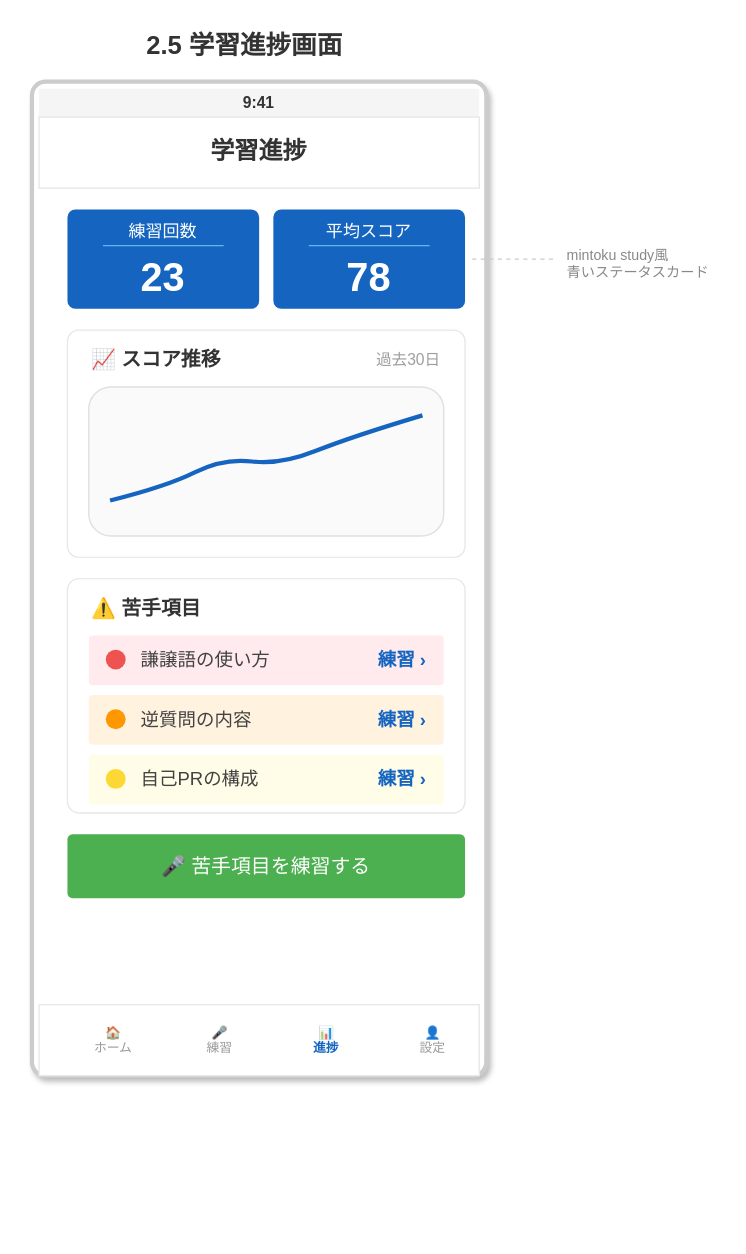
This is docs/images/画面設計書_2.5_学習進捗.drawio from yoshidasendai115/ai-interview, a draw.io file, before an edit. Source tidied: cells renumbered, new cells numbered last; positions are measured from the earlier drawing's top-left corner, leaving out a move shared by most shapes. Both pictures are drawn from the tidied source at 142%, with x=0, y=0 at pixel (31, 24).
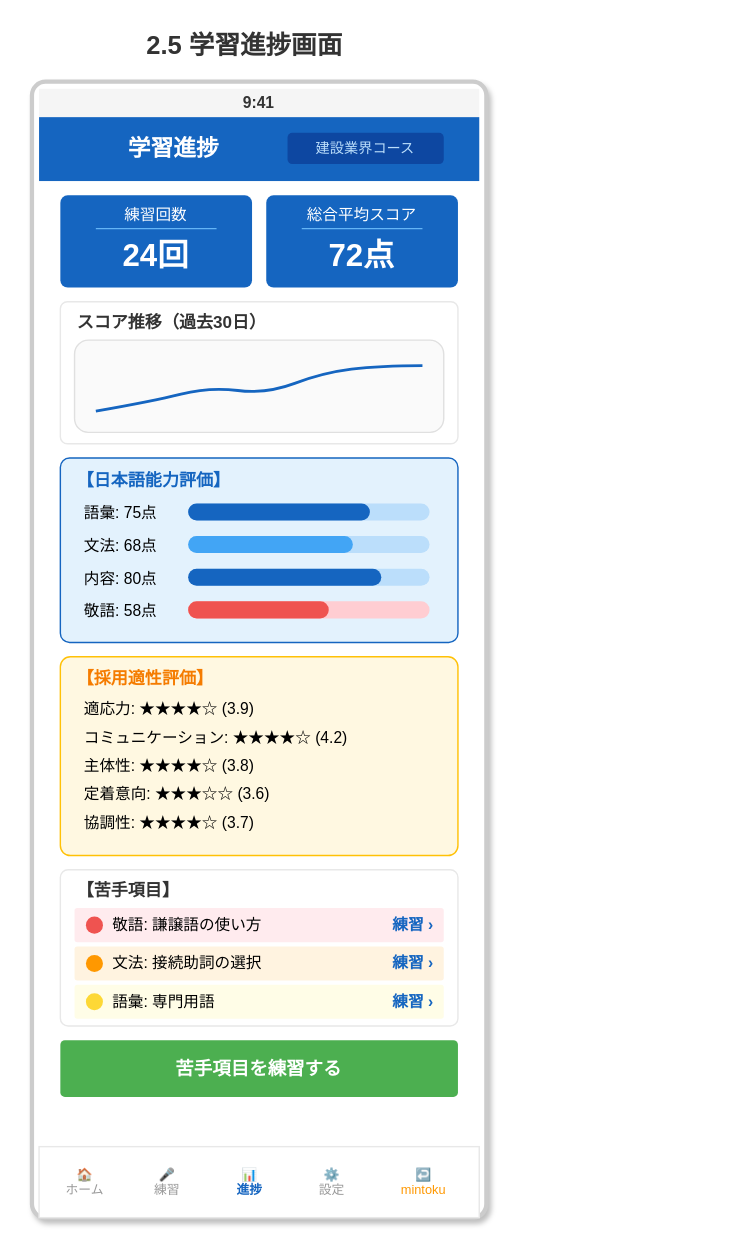
After the change.

What changed in the source:
```diff
@@
     <mxCell id="3" style="rounded=1;whiteSpace=wrap;html=1;strokeColor=#CCCCCC;strokeWidth=3;fillColor=#FFFFFF;arcSize=3;shadow=1;" parent="1" vertex="1">
-      <mxGeometry y="40" width="320" height="700" as="geometry" />
+      <mxGeometry y="40" width="320" height="800" as="geometry" />
     </mxCell>
@@
-    <mxCell id="6" style="rounded=0;whiteSpace=wrap;html=1;fillColor=#FFFFFF;strokeColor=#E8E8E8;strokeWidth=1;" parent="1" vertex="1">
-      <mxGeometry x="5" y="65" width="310" height="50" as="geometry" />
+    <mxCell id="6" style="rounded=0;whiteSpace=wrap;html=1;fillColor=#1565C0;strokeColor=none;" parent="1" vertex="1">
+      <mxGeometry x="5" y="65" width="310" height="45" as="geometry" />
     </mxCell>
-    <mxCell id="7" value="学習進捗" style="text;html=1;strokeColor=none;fillColor=none;align=center;verticalAlign=middle;whiteSpace=wrap;rounded=0;fontSize=17;fontStyle=1;fontColor=#333333;" parent="1" vertex="1">
-      <mxGeometry x="110" y="75" width="100" height="30" as="geometry" />
+    <mxCell id="7" value="学習進捗" style="text;html=1;strokeColor=none;fillColor=none;align=center;verticalAlign=middle;whiteSpace=wrap;rounded=0;fontSize=16;fontStyle=1;fontColor=#FFFFFF;" parent="1" vertex="1">
+      <mxGeometry x="60" y="72" width="80" height="30" as="geometry" />
     </mxCell>
-    <mxCell id="8" style="rounded=1;whiteSpace=wrap;html=1;fillColor=#1565C0;strokeColor=none;arcSize=8;" parent="1" vertex="1">
-      <mxGeometry x="25" y="130" width="135" height="70" as="geometry" />
-    </mxCell>
+    <mxCell id="43" value="建設業界コース" style="rounded=1;whiteSpace=wrap;html=1;fillColor=#0D47A1;strokeColor=none;fontColor=#BBDEFB;fontSize=10;" parent="1" vertex="1">
+      <mxGeometry x="180" y="76" width="110" height="22" as="geometry" />
+    </mxCell>
+    <mxCell id="44" style="rounded=1;whiteSpace=wrap;html=1;fillColor=#1565C0;strokeColor=none;arcSize=8;" parent="1" vertex="1">
+      <mxGeometry x="20" y="120" width="135" height="65" as="geometry" />
+    </mxCell>
-    <mxCell id="9" value="練習回数" style="text;html=1;strokeColor=none;fillColor=none;align=center;verticalAlign=middle;whiteSpace=wrap;rounded=0;fontSize=12;fontColor=#FFFFFF;opacity=80;" parent="1" vertex="1">
-      <mxGeometry x="25" y="137" width="135" height="18" as="geometry" />
+    <mxCell id="9" value="練習回数" style="text;html=1;strokeColor=none;fillColor=none;align=center;verticalAlign=middle;whiteSpace=wrap;rounded=0;fontColor=#FFFFFF;fontSize=11;opacity=80;" parent="1" vertex="1">
+      <mxGeometry x="20" y="125" width="135" height="18" as="geometry" />
     </mxCell>
     <mxCell id="10" style="line;strokeWidth=1;html=1;strokeColor=#64B5F6;" parent="1" vertex="1">
-      <mxGeometry x="50" y="155" width="85" height="1" as="geometry" />
+      <mxGeometry x="45" y="143" width="85" height="1" as="geometry" />
     </mxCell>
-    <mxCell id="11" value="23" style="text;html=1;strokeColor=none;fillColor=none;align=center;verticalAlign=middle;whiteSpace=wrap;rounded=0;fontSize=28;fontStyle=1;fontColor=#FFFFFF;" parent="1" vertex="1">
-      <mxGeometry x="25" y="160" width="135" height="35" as="geometry" />
+    <mxCell id="11" value="24回" style="text;html=1;strokeColor=none;fillColor=none;align=center;verticalAlign=middle;whiteSpace=wrap;rounded=0;fontColor=#FFFFFF;fontSize=22;fontStyle=1;" parent="1" vertex="1">
+      <mxGeometry x="20" y="145" width="135" height="35" as="geometry" />
     </mxCell>
-    <mxCell id="12" style="rounded=1;whiteSpace=wrap;html=1;fillColor=#1565C0;strokeColor=none;arcSize=8;" parent="1" vertex="1">
-      <mxGeometry x="170" y="130" width="135" height="70" as="geometry" />
-    </mxCell>
+    <mxCell id="45" style="rounded=1;whiteSpace=wrap;html=1;fillColor=#1565C0;strokeColor=none;arcSize=8;" parent="1" vertex="1">
+      <mxGeometry x="165" y="120" width="135" height="65" as="geometry" />
+    </mxCell>
-    <mxCell id="13" value="平均スコア" style="text;html=1;strokeColor=none;fillColor=none;align=center;verticalAlign=middle;whiteSpace=wrap;rounded=0;fontSize=12;fontColor=#FFFFFF;opacity=80;" parent="1" vertex="1">
-      <mxGeometry x="170" y="137" width="135" height="18" as="geometry" />
+    <mxCell id="13" value="総合平均スコア" style="text;html=1;strokeColor=none;fillColor=none;align=center;verticalAlign=middle;whiteSpace=wrap;rounded=0;fontColor=#FFFFFF;fontSize=11;opacity=80;" parent="1" vertex="1">
+      <mxGeometry x="165" y="125" width="135" height="18" as="geometry" />
     </mxCell>
     <mxCell id="14" style="line;strokeWidth=1;html=1;strokeColor=#64B5F6;" parent="1" vertex="1">
-      <mxGeometry x="195" y="155" width="85" height="1" as="geometry" />
+      <mxGeometry x="190" y="143" width="85" height="1" as="geometry" />
     </mxCell>
-    <mxCell id="15" value="78" style="text;html=1;strokeColor=none;fillColor=none;align=center;verticalAlign=middle;whiteSpace=wrap;rounded=0;fontSize=28;fontStyle=1;fontColor=#FFFFFF;" parent="1" vertex="1">
-      <mxGeometry x="170" y="160" width="135" height="35" as="geometry" />
+    <mxCell id="15" value="72点" style="text;html=1;strokeColor=none;fillColor=none;align=center;verticalAlign=middle;whiteSpace=wrap;rounded=0;fontColor=#FFFFFF;fontSize=22;fontStyle=1;" parent="1" vertex="1">
+      <mxGeometry x="165" y="145" width="135" height="35" as="geometry" />
     </mxCell>
-    <mxCell id="16" style="rounded=1;whiteSpace=wrap;html=1;fillColor=#FFFFFF;strokeColor=#E8E8E8;strokeWidth=1;arcSize=5;" parent="1" vertex="1">
-      <mxGeometry x="25" y="215" width="280" height="160" as="geometry" />
-    </mxCell>
-    <mxCell id="17" value="📈 スコア推移" style="text;html=1;strokeColor=none;fillColor=none;align=left;verticalAlign=middle;whiteSpace=wrap;rounded=0;fontSize=14;fontStyle=1;fontColor=#333333;" parent="1" vertex="1">
-      <mxGeometry x="40" y="223" width="130" height="25" as="geometry" />
-    </mxCell>
-    <mxCell id="18" value="過去30日" style="text;html=1;strokeColor=none;fillColor=none;align=right;verticalAlign=middle;whiteSpace=wrap;rounded=0;fontSize=11;fontColor=#9E9E9E;" parent="1" vertex="1">
-      <mxGeometry x="230" y="223" width="60" height="25" as="geometry" />
-    </mxCell>
-    <mxCell id="19" style="rounded=1;whiteSpace=wrap;html=1;fillColor=#fafafa;strokeColor=#e0e0e0;" parent="1" vertex="1">
-      <mxGeometry x="40" y="255" width="250" height="105" as="geometry" />
-    </mxCell>
-    <mxCell id="20" style="endArrow=none;html=1;strokeColor=#1565C0;strokeWidth=3;curved=1;" parent="1" edge="1">
-      <mxGeometry relative="1" as="geometry">
-        <mxPoint x="55" y="335" as="sourcePoint" />
-        <mxPoint x="275" y="275" as="targetPoint" />
-        <Array as="points">
-          <mxPoint x="95" y="325" />
-          <mxPoint x="135" y="305" />
-          <mxPoint x="175" y="310" />
-          <mxPoint x="225" y="290" />
-        </Array>
-      </mxGeometry>
-    </mxCell>
+    <mxCell id="46" style="rounded=1;whiteSpace=wrap;html=1;fillColor=#FFFFFF;strokeColor=#E8E8E8;strokeWidth=1;arcSize=5;" parent="1" vertex="1">
+      <mxGeometry x="20" y="195" width="280" height="100" as="geometry" />
+    </mxCell>
+    <mxCell id="47" value="スコア推移（過去30日）" style="text;html=1;strokeColor=none;fillColor=none;align=left;verticalAlign=middle;whiteSpace=wrap;rounded=0;fontColor=#333333;fontSize=12;fontStyle=1;" parent="1" vertex="1">
+      <mxGeometry x="30" y="200" width="200" height="20" as="geometry" />
+    </mxCell>
+    <mxCell id="48" style="rounded=1;whiteSpace=wrap;html=1;fillColor=#fafafa;strokeColor=#e0e0e0;" parent="1" vertex="1">
+      <mxGeometry x="30" y="222" width="260" height="65" as="geometry" />
+    </mxCell>
+    <mxCell id="49" style="endArrow=none;html=1;strokeColor=#1565C0;strokeWidth=2;curved=1;" parent="1" edge="1">
+      <mxGeometry relative="1" as="geometry">
+        <mxPoint x="45" y="272" as="sourcePoint" />
+        <mxPoint x="275" y="240" as="targetPoint" />
+        <Array as="points">
+          <mxPoint x="85" y="265" />
+          <mxPoint x="125" y="255" />
+          <mxPoint x="165" y="260" />
+          <mxPoint x="205" y="245" />
+          <mxPoint x="245" y="240" />
+        </Array>
+      </mxGeometry>
+    </mxCell>
+    <mxCell id="50" style="rounded=1;whiteSpace=wrap;html=1;fillColor=#E3F2FD;strokeColor=#1565C0;arcSize=5;" parent="1" vertex="1">
+      <mxGeometry x="20" y="305" width="280" height="130" as="geometry" />
+    </mxCell>
+    <mxCell id="51" value="【日本語能力評価】" style="text;html=1;strokeColor=none;fillColor=none;align=left;verticalAlign=middle;whiteSpace=wrap;rounded=0;fontColor=#1565C0;fontSize=12;fontStyle=1;" parent="1" vertex="1">
+      <mxGeometry x="30" y="310" width="180" height="22" as="geometry" />
+    </mxCell>
+    <mxCell id="52" value="語彙: 75点" style="text;html=1;strokeColor=none;fillColor=none;align=left;verticalAlign=middle;whiteSpace=wrap;rounded=0;fontSize=11;" parent="1" vertex="1">
+      <mxGeometry x="35" y="335" width="70" height="18" as="geometry" />
+    </mxCell>
+    <mxCell id="53" style="rounded=1;whiteSpace=wrap;html=1;fillColor=#BBDEFB;strokeColor=none;arcSize=50;" parent="1" vertex="1">
+      <mxGeometry x="110" y="337" width="170" height="12" as="geometry" />
+    </mxCell>
+    <mxCell id="54" style="rounded=1;whiteSpace=wrap;html=1;fillColor=#1565C0;strokeColor=none;arcSize=50;" parent="1" vertex="1">
+      <mxGeometry x="110" y="337" width="128" height="12" as="geometry" />
+    </mxCell>
+    <mxCell id="55" value="文法: 68点" style="text;html=1;strokeColor=none;fillColor=none;align=left;verticalAlign=middle;whiteSpace=wrap;rounded=0;fontSize=11;" parent="1" vertex="1">
+      <mxGeometry x="35" y="358" width="70" height="18" as="geometry" />
+    </mxCell>
+    <mxCell id="56" style="rounded=1;whiteSpace=wrap;html=1;fillColor=#BBDEFB;strokeColor=none;arcSize=50;" parent="1" vertex="1">
+      <mxGeometry x="110" y="360" width="170" height="12" as="geometry" />
+    </mxCell>
+    <mxCell id="57" style="rounded=1;whiteSpace=wrap;html=1;fillColor=#42A5F5;strokeColor=none;arcSize=50;" parent="1" vertex="1">
+      <mxGeometry x="110" y="360" width="116" height="12" as="geometry" />
+    </mxCell>
+    <mxCell id="58" value="内容: 80点" style="text;html=1;strokeColor=none;fillColor=none;align=left;verticalAlign=middle;whiteSpace=wrap;rounded=0;fontSize=11;" parent="1" vertex="1">
+      <mxGeometry x="35" y="381" width="70" height="18" as="geometry" />
+    </mxCell>
+    <mxCell id="59" style="rounded=1;whiteSpace=wrap;html=1;fillColor=#BBDEFB;strokeColor=none;arcSize=50;" parent="1" vertex="1">
+      <mxGeometry x="110" y="383" width="170" height="12" as="geometry" />
+    </mxCell>
+    <mxCell id="60" style="rounded=1;whiteSpace=wrap;html=1;fillColor=#1565C0;strokeColor=none;arcSize=50;" parent="1" vertex="1">
+      <mxGeometry x="110" y="383" width="136" height="12" as="geometry" />
+    </mxCell>
+    <mxCell id="61" value="敬語: 58点" style="text;html=1;strokeColor=none;fillColor=none;align=left;verticalAlign=middle;whiteSpace=wrap;rounded=0;fontSize=11;" parent="1" vertex="1">
+      <mxGeometry x="35" y="404" width="70" height="18" as="geometry" />
+    </mxCell>
+    <mxCell id="62" style="rounded=1;whiteSpace=wrap;html=1;fillColor=#FFCDD2;strokeColor=none;arcSize=50;" parent="1" vertex="1">
+      <mxGeometry x="110" y="406" width="170" height="12" as="geometry" />
+    </mxCell>
+    <mxCell id="63" style="rounded=1;whiteSpace=wrap;html=1;fillColor=#EF5350;strokeColor=none;arcSize=50;" parent="1" vertex="1">
+      <mxGeometry x="110" y="406" width="99" height="12" as="geometry" />
+    </mxCell>
+    <mxCell id="64" style="rounded=1;whiteSpace=wrap;html=1;fillColor=#FFF8E1;strokeColor=#FFC107;arcSize=5;" parent="1" vertex="1">
+      <mxGeometry x="20" y="445" width="280" height="140" as="geometry" />
+    </mxCell>
+    <mxCell id="65" value="【採用適性評価】" style="text;html=1;strokeColor=none;fillColor=none;align=left;verticalAlign=middle;whiteSpace=wrap;rounded=0;fontColor=#F57C00;fontSize=12;fontStyle=1;" parent="1" vertex="1">
+      <mxGeometry x="30" y="450" width="180" height="22" as="geometry" />
+    </mxCell>
+    <mxCell id="66" value="適応力:             ★★★★☆ (3.9)" style="text;html=1;strokeColor=none;fillColor=none;align=left;verticalAlign=middle;whiteSpace=wrap;rounded=0;fontSize=11;" parent="1" vertex="1">
+      <mxGeometry x="35" y="472" width="250" height="20" as="geometry" />
+    </mxCell>
+    <mxCell id="67" value="コミュニケーション:   ★★★★☆ (4.2)" style="text;html=1;strokeColor=none;fillColor=none;align=left;verticalAlign=middle;whiteSpace=wrap;rounded=0;fontSize=11;" parent="1" vertex="1">
+      <mxGeometry x="35" y="492" width="250" height="20" as="geometry" />
+    </mxCell>
+    <mxCell id="68" value="主体性:             ★★★★☆ (3.8)" style="text;html=1;strokeColor=none;fillColor=none;align=left;verticalAlign=middle;whiteSpace=wrap;rounded=0;fontSize=11;" parent="1" vertex="1">
+      <mxGeometry x="35" y="512" width="250" height="20" as="geometry" />
+    </mxCell>
+    <mxCell id="69" value="定着意向:           ★★★☆☆ (3.6)" style="text;html=1;strokeColor=none;fillColor=none;align=left;verticalAlign=middle;whiteSpace=wrap;rounded=0;fontSize=11;" parent="1" vertex="1">
+      <mxGeometry x="35" y="532" width="250" height="20" as="geometry" />
+    </mxCell>
+    <mxCell id="70" value="協調性:             ★★★★☆ (3.7)" style="text;html=1;strokeColor=none;fillColor=none;align=left;verticalAlign=middle;whiteSpace=wrap;rounded=0;fontSize=11;" parent="1" vertex="1">
+      <mxGeometry x="35" y="552" width="250" height="20" as="geometry" />
+    </mxCell>
     <mxCell id="21" style="rounded=1;whiteSpace=wrap;html=1;fillColor=#FFFFFF;strokeColor=#E8E8E8;strokeWidth=1;arcSize=5;" parent="1" vertex="1">
-      <mxGeometry x="25" y="390" width="280" height="165" as="geometry" />
+      <mxGeometry x="20" y="595" width="280" height="110" as="geometry" />
     </mxCell>
-    <mxCell id="22" value="⚠️ 苦手項目" style="text;html=1;strokeColor=none;fillColor=none;align=left;verticalAlign=middle;whiteSpace=wrap;rounded=0;fontSize=14;fontStyle=1;fontColor=#333333;" parent="1" vertex="1">
-      <mxGeometry x="40" y="398" width="130" height="25" as="geometry" />
+    <mxCell id="22" value="【苦手項目】" style="text;html=1;strokeColor=none;fillColor=none;align=left;verticalAlign=middle;whiteSpace=wrap;rounded=0;fontColor=#333333;fontSize=12;fontStyle=1;" parent="1" vertex="1">
+      <mxGeometry x="30" y="600" width="200" height="20" as="geometry" />
     </mxCell>
     <mxCell id="23" style="rounded=1;whiteSpace=wrap;html=1;fillColor=#FFEBEE;strokeColor=none;arcSize=8;" parent="1" vertex="1">
-      <mxGeometry x="40" y="430" width="250" height="35" as="geometry" />
+      <mxGeometry x="30" y="622" width="260" height="24" as="geometry" />
     </mxCell>
     <mxCell id="24" style="ellipse;whiteSpace=wrap;html=1;fillColor=#EF5350;strokeColor=none;" parent="1" vertex="1">
-      <mxGeometry x="52" y="440" width="14" height="14" as="geometry" />
+      <mxGeometry x="38" y="628" width="12" height="12" as="geometry" />
     </mxCell>
-    <mxCell id="25" value="謙譲語の使い方" style="text;html=1;strokeColor=none;fillColor=none;align=left;verticalAlign=middle;whiteSpace=wrap;rounded=0;fontSize=13;fontColor=#424242;" parent="1" vertex="1">
-      <mxGeometry x="75" y="434" width="140" height="26" as="geometry" />
+    <mxCell id="25" value="敬語: 謙譲語の使い方" style="text;html=1;strokeColor=none;fillColor=none;align=left;verticalAlign=middle;whiteSpace=wrap;rounded=0;fontSize=11;" parent="1" vertex="1">
+      <mxGeometry x="55" y="622" width="150" height="24" as="geometry" />
     </mxCell>
-    <mxCell id="26" value="練習 ›" style="text;html=1;strokeColor=none;fillColor=none;align=right;verticalAlign=middle;whiteSpace=wrap;rounded=0;fontSize=13;fontColor=#1565C0;fontStyle=1;" parent="1" vertex="1">
-      <mxGeometry x="230" y="434" width="50" height="26" as="geometry" />
+    <mxCell id="26" value="練習 ›" style="text;html=1;strokeColor=none;fillColor=none;align=right;verticalAlign=middle;whiteSpace=wrap;rounded=0;fontSize=11;fontColor=#1565C0;fontStyle=1;" parent="1" vertex="1">
+      <mxGeometry x="240" y="622" width="45" height="24" as="geometry" />
     </mxCell>
     <mxCell id="27" style="rounded=1;whiteSpace=wrap;html=1;fillColor=#FFF3E0;strokeColor=none;arcSize=8;" parent="1" vertex="1">
-      <mxGeometry x="40" y="472" width="250" height="35" as="geometry" />
+      <mxGeometry x="30" y="649" width="260" height="24" as="geometry" />
     </mxCell>
     <mxCell id="28" style="ellipse;whiteSpace=wrap;html=1;fillColor=#FF9800;strokeColor=none;" parent="1" vertex="1">
-      <mxGeometry x="52" y="482" width="14" height="14" as="geometry" />
+      <mxGeometry x="38" y="655" width="12" height="12" as="geometry" />
     </mxCell>
-    <mxCell id="29" value="逆質問の内容" style="text;html=1;strokeColor=none;fillColor=none;align=left;verticalAlign=middle;whiteSpace=wrap;rounded=0;fontSize=13;fontColor=#424242;" parent="1" vertex="1">
-      <mxGeometry x="75" y="476" width="140" height="26" as="geometry" />
+    <mxCell id="29" value="文法: 接続助詞の選択" style="text;html=1;strokeColor=none;fillColor=none;align=left;verticalAlign=middle;whiteSpace=wrap;rounded=0;fontSize=11;" parent="1" vertex="1">
+      <mxGeometry x="55" y="649" width="150" height="24" as="geometry" />
     </mxCell>
-    <mxCell id="30" value="練習 ›" style="text;html=1;strokeColor=none;fillColor=none;align=right;verticalAlign=middle;whiteSpace=wrap;rounded=0;fontSize=13;fontColor=#1565C0;fontStyle=1;" parent="1" vertex="1">
-      <mxGeometry x="230" y="476" width="50" height="26" as="geometry" />
+    <mxCell id="30" value="練習 ›" style="text;html=1;strokeColor=none;fillColor=none;align=right;verticalAlign=middle;whiteSpace=wrap;rounded=0;fontSize=11;fontColor=#1565C0;fontStyle=1;" parent="1" vertex="1">
+      <mxGeometry x="240" y="649" width="45" height="24" as="geometry" />
     </mxCell>
     <mxCell id="31" style="rounded=1;whiteSpace=wrap;html=1;fillColor=#FFFDE7;strokeColor=none;arcSize=8;" parent="1" vertex="1">
-      <mxGeometry x="40" y="514" width="250" height="35" as="geometry" />
+      <mxGeometry x="30" y="676" width="260" height="24" as="geometry" />
     </mxCell>
     <mxCell id="32" style="ellipse;whiteSpace=wrap;html=1;fillColor=#FDD835;strokeColor=none;" parent="1" vertex="1">
-      <mxGeometry x="52" y="524" width="14" height="14" as="geometry" />
+      <mxGeometry x="38" y="682" width="12" height="12" as="geometry" />
     </mxCell>
-    <mxCell id="33" value="自己PRの構成" style="text;html=1;strokeColor=none;fillColor=none;align=left;verticalAlign=middle;whiteSpace=wrap;rounded=0;fontSize=13;fontColor=#424242;" parent="1" vertex="1">
-      <mxGeometry x="75" y="518" width="140" height="26" as="geometry" />
+    <mxCell id="33" value="語彙: 専門用語" style="text;html=1;strokeColor=none;fillColor=none;align=left;verticalAlign=middle;whiteSpace=wrap;rounded=0;fontSize=11;" parent="1" vertex="1">
+      <mxGeometry x="55" y="676" width="150" height="24" as="geometry" />
     </mxCell>
-    <mxCell id="34" value="練習 ›" style="text;html=1;strokeColor=none;fillColor=none;align=right;verticalAlign=middle;whiteSpace=wrap;rounded=0;fontSize=13;fontColor=#1565C0;fontStyle=1;" parent="1" vertex="1">
-      <mxGeometry x="230" y="518" width="50" height="26" as="geometry" />
+    <mxCell id="34" value="練習 ›" style="text;html=1;strokeColor=none;fillColor=none;align=right;verticalAlign=middle;whiteSpace=wrap;rounded=0;fontSize=11;fontColor=#1565C0;fontStyle=1;" parent="1" vertex="1">
+      <mxGeometry x="240" y="676" width="45" height="24" as="geometry" />
     </mxCell>
-    <mxCell id="35" value="🎤 苦手項目を練習する" style="rounded=1;whiteSpace=wrap;html=1;fillColor=#4CAF50;strokeColor=none;fontColor=#FFFFFF;fontSize=14;fontStyle=0;arcSize=8;" parent="1" vertex="1">
-      <mxGeometry x="25" y="570" width="280" height="45" as="geometry" />
+    <mxCell id="35" value="苦手項目を練習する" style="rounded=1;whiteSpace=wrap;html=1;fillColor=#4CAF50;strokeColor=none;fontColor=#FFFFFF;fontSize=13;fontStyle=1;arcSize=8;" parent="1" vertex="1">
+      <mxGeometry x="20" y="715" width="280" height="40" as="geometry" />
     </mxCell>
     <mxCell id="36" style="rounded=0;whiteSpace=wrap;html=1;fillColor=#FFFFFF;strokeColor=#E8E8E8;strokeWidth=1;" parent="1" vertex="1">
-      <mxGeometry x="5" y="690" width="310" height="50" as="geometry" />
+      <mxGeometry x="5" y="790" width="310" height="50" as="geometry" />
     </mxCell>
     <mxCell id="37" value="🏠&#10;ホーム" style="text;html=1;strokeColor=none;fillColor=none;align=center;verticalAlign=middle;whiteSpace=wrap;rounded=0;fontSize=9;fontColor=#999999;" parent="1" vertex="1">
-      <mxGeometry x="30" y="695" width="55" height="40" as="geometry" />
+      <mxGeometry x="10" y="795" width="55" height="40" as="geometry" />
     </mxCell>
     <mxCell id="38" value="🎤&#10;練習" style="text;html=1;strokeColor=none;fillColor=none;align=center;verticalAlign=middle;whiteSpace=wrap;rounded=0;fontSize=9;fontColor=#999999;" parent="1" vertex="1">
-      <mxGeometry x="105" y="695" width="55" height="40" as="geometry" />
+      <mxGeometry x="68" y="795" width="55" height="40" as="geometry" />
     </mxCell>
     <mxCell id="39" value="📊&#10;進捗" style="text;html=1;strokeColor=none;fillColor=none;align=center;verticalAlign=middle;whiteSpace=wrap;rounded=0;fontSize=9;fontColor=#1565C0;fontStyle=1;" parent="1" vertex="1">
-      <mxGeometry x="180" y="695" width="55" height="40" as="geometry" />
+      <mxGeometry x="126" y="795" width="55" height="40" as="geometry" />
     </mxCell>
-    <mxCell id="40" value="👤&#10;設定" style="text;html=1;strokeColor=none;fillColor=none;align=center;verticalAlign=middle;whiteSpace=wrap;rounded=0;fontSize=9;fontColor=#999999;" parent="1" vertex="1">
-      <mxGeometry x="255" y="695" width="55" height="40" as="geometry" />
+    <mxCell id="40" value="⚙️&#10;設定" style="text;html=1;strokeColor=none;fillColor=none;align=center;verticalAlign=middle;whiteSpace=wrap;rounded=0;fontSize=9;fontColor=#999999;" parent="1" vertex="1">
+      <mxGeometry x="184" y="795" width="55" height="40" as="geometry" />
     </mxCell>
-    <mxCell id="41" style="endArrow=none;html=1;strokeColor=#CCCCCC;strokeWidth=1;dashed=1;" parent="1" edge="1">
-      <mxGeometry relative="1" as="geometry">
-        <mxPoint x="310" y="165" as="sourcePoint" />
-        <mxPoint x="370" y="165" as="targetPoint" />
-      </mxGeometry>
-    </mxCell>
-    <mxCell id="42" value="mintoku study風&#10;青いステータスカード" style="text;html=1;strokeColor=none;fillColor=none;align=left;verticalAlign=middle;whiteSpace=wrap;rounded=0;fontSize=10;fontColor=#888888;" parent="1" vertex="1">
-      <mxGeometry x="375" y="150" width="110" height="35" as="geometry" />
-    </mxCell>
+    <mxCell id="71" value="↩️&#10;mintoku" style="text;html=1;strokeColor=none;fillColor=none;align=center;verticalAlign=middle;whiteSpace=wrap;rounded=0;fontSize=9;fontColor=#FF9800;" parent="1" vertex="1">
+      <mxGeometry x="242" y="795" width="68" height="40" as="geometry" />
+    </mxCell>
```
